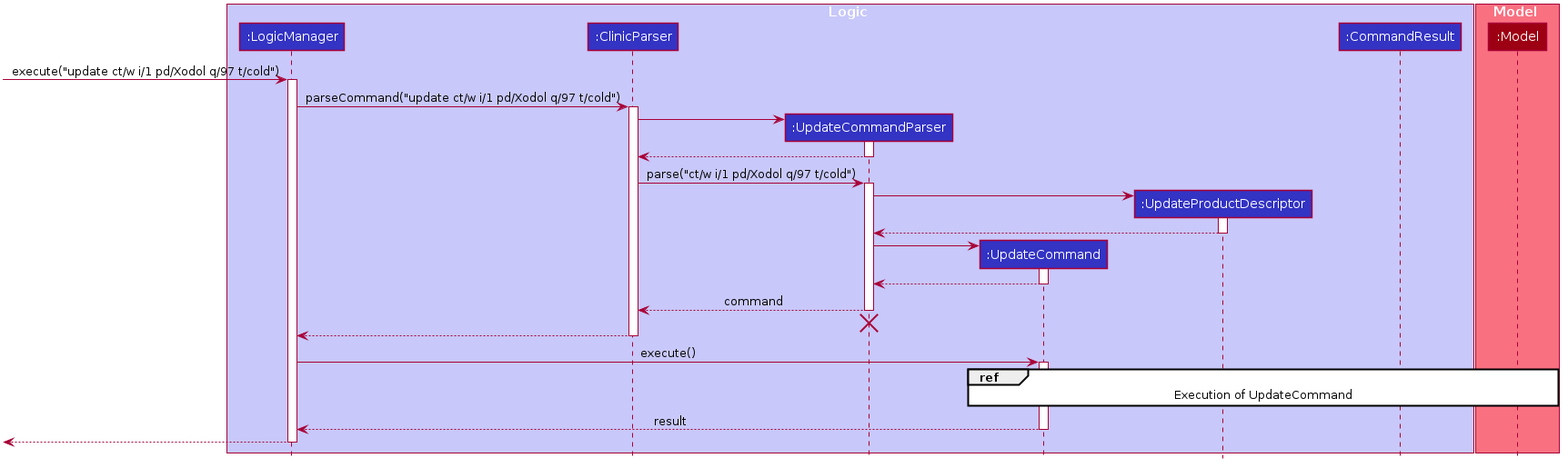
Before: docs/images/UpdateCommandSequenceDiagram.png, a diagram exported from PlantUML (tohyuting/tp).
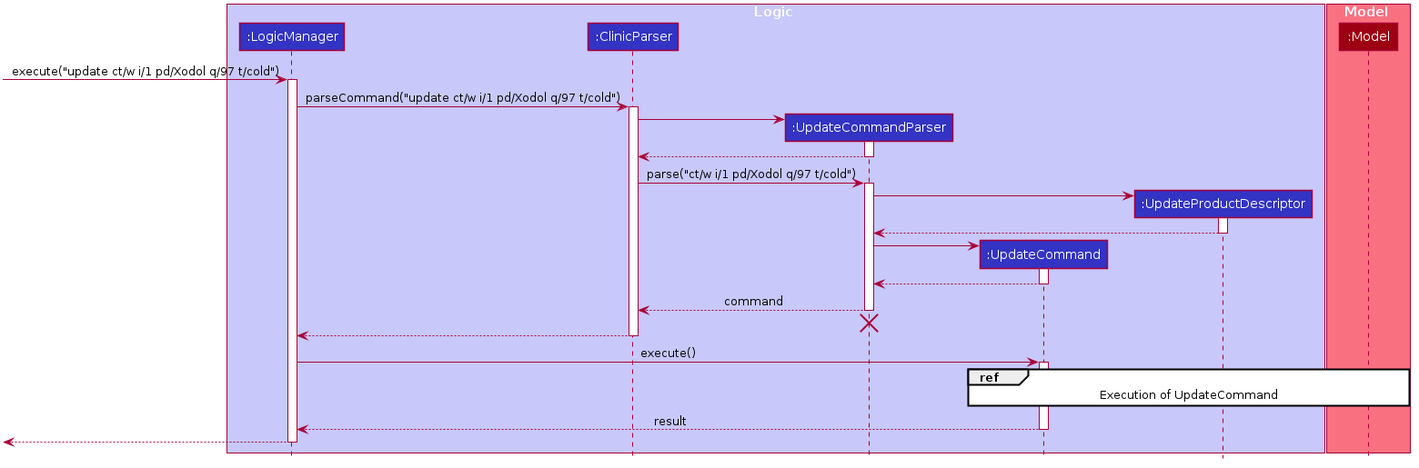
Later version of the same file.

Commit message:
Generate PNG images for PlantUML diagrams

What changed in the source:
```diff
@@ -54,7 +54,6 @@
 participant ":UpdateCommandParser" as UpdateCommandParser #3333C4
 participant ":UpdateCommand" as UpdateCommand #3333C4
 participant ":UpdateProductDescriptor" as UpdateProductDescriptor #3333C4
-participant ":CommandResult" as CommandResult #3333C4
 end box
 
 box Model #F97181
@@ -102,7 +101,7 @@
 LogicManager -> UpdateCommand : execute()
 activate UpdateCommand
 
-ref over UpdateCommand, UpdateProductDescriptor, Model, CommandResult
+ref over UpdateCommand, UpdateProductDescriptor, Model
 Execution of UpdateCommand
 end
 
```
